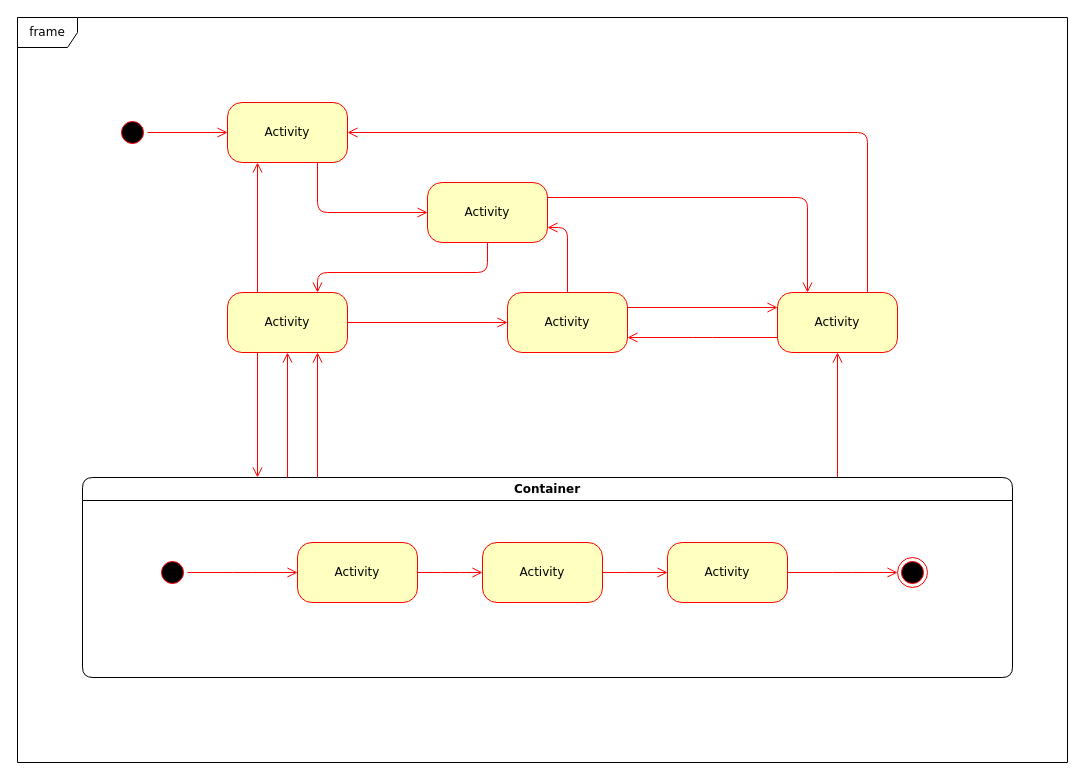
This is dev/Untitled Diagram.drawio from appMagics/harryphoto, a draw.io file, before an edit. Source tidied: cells renumbered, new cells numbered last; positions are measured from the earlier drawing's top-left corner, leaving out a move shared by most shapes. Both pictures are drawn from the tidied source at 100%, with x=0, y=0 at pixel (17, 17).
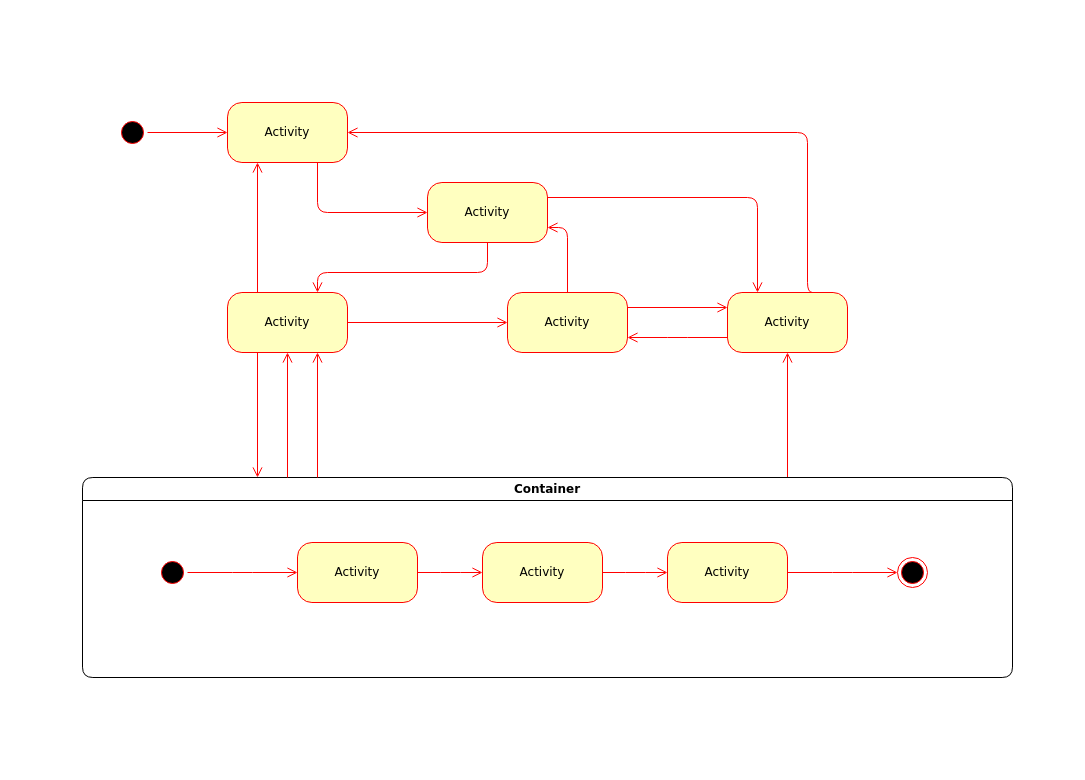
After the change.

Unchanged cells that the change refers to:
```xml
<mxCell id="4" value="Activity" style="rounded=1;whiteSpace=wrap;html=1;arcSize=24;fillColor=#ffffc0;strokeColor=#ff0000;shadow=0;comic=0;labelBackgroundColor=none;fontFamily=Verdana;fontSize=12;fontColor=#000000;align=center;" parent="1" vertex="1">
  <mxGeometry x="210" y="85" width="120" height="60" as="geometry" />
</mxCell>
```

What changed in the source:
```diff
@@
     <mxCell id="7" style="edgeStyle=orthogonalEdgeStyle;html=1;exitX=0.75;exitY=0;entryX=1;entryY=0.5;labelBackgroundColor=none;endArrow=open;endSize=8;strokeColor=#ff0000;fontFamily=Verdana;fontSize=12;align=left;" parent="1" edge="1" source="9" target="4">
       <mxGeometry relative="1" as="geometry">
         <Array as="points">
-          <mxPoint x="850" y="115" />
+          <mxPoint x="790" y="275" />
+          <mxPoint x="790" y="115" />
         </Array>
       </mxGeometry>
     </mxCell>
@@
     <mxCell id="9" value="Activity" style="rounded=1;whiteSpace=wrap;html=1;arcSize=24;fillColor=#ffffc0;strokeColor=#ff0000;shadow=0;comic=0;labelBackgroundColor=none;fontFamily=Verdana;fontSize=12;fontColor=#000000;align=center;" parent="1" vertex="1">
-      <mxGeometry x="760" y="275" width="120" height="60" as="geometry" />
+      <mxGeometry x="710" y="275" width="120" height="60" as="geometry" />
     </mxCell>
@@
-    <mxCell id="22" value="frame" style="shape=umlFrame;whiteSpace=wrap;html=1;rounded=1;shadow=0;comic=0;labelBackgroundColor=none;strokeWidth=1;fontFamily=Verdana;fontSize=12;align=center;" parent="1" vertex="1">
-      <mxGeometry width="1050" height="745" as="geometry" />
-    </mxCell>
```
